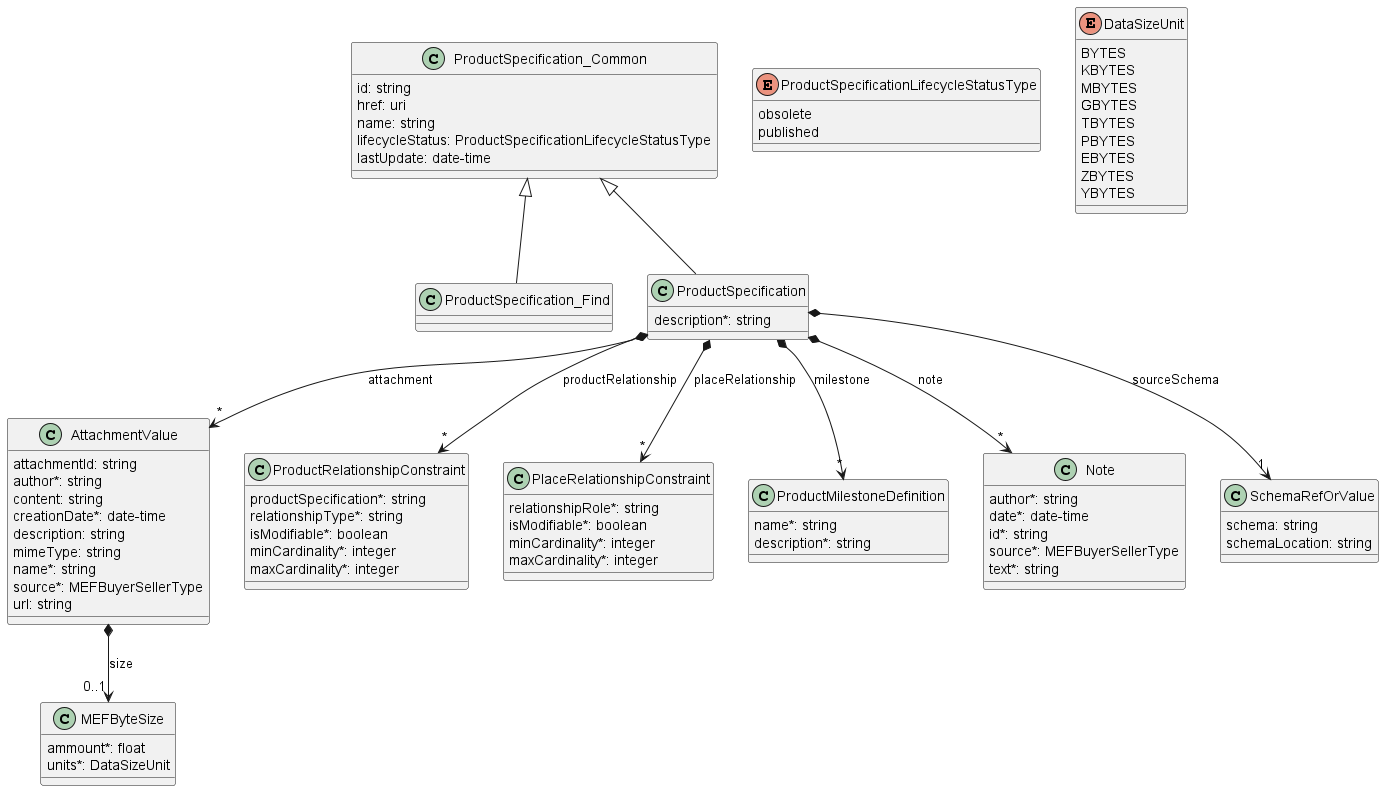
MEF-GIT/MEF-LSO-Sonata-SDK keeps this PlantUML diagram as documentation/productApi/catalog/media/specificationModel.png. Above is the earlier version.
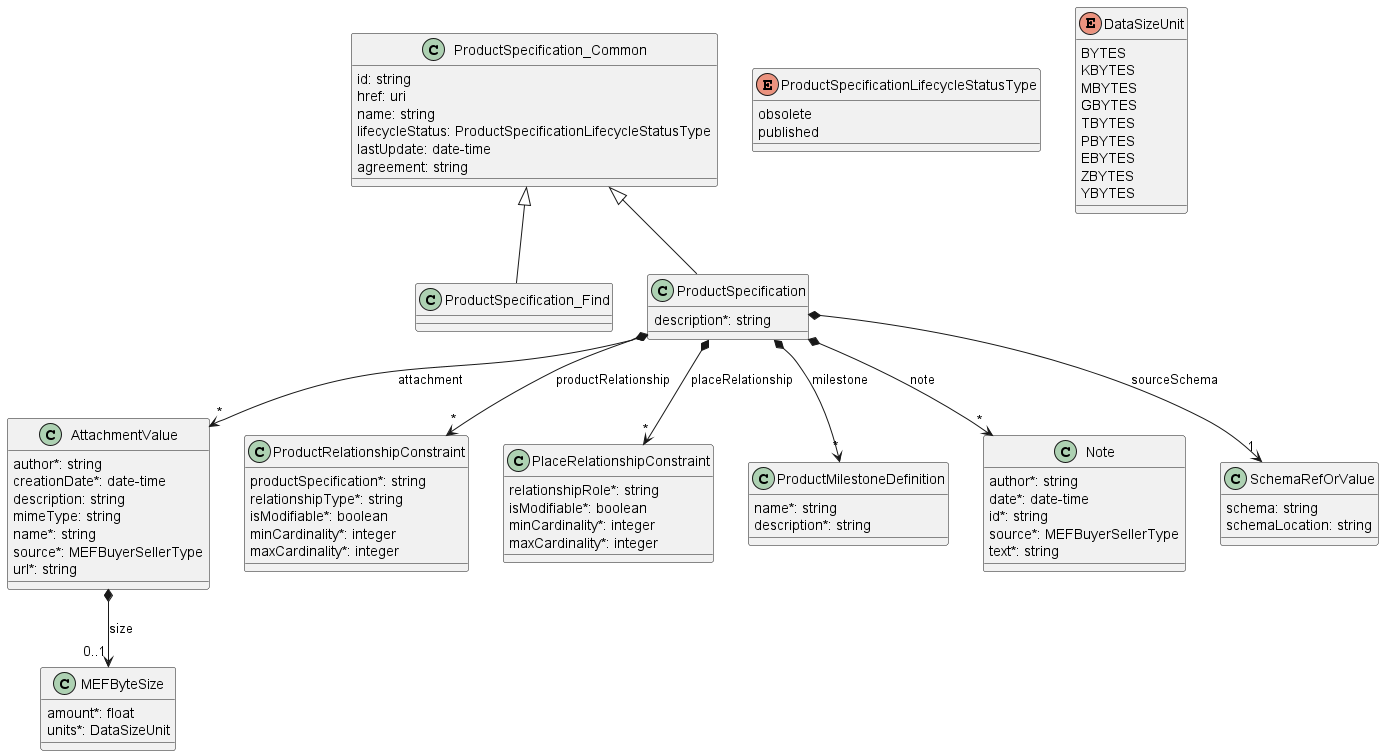
The same file after the commit.

What changed in the source:
```diff
@@ -1,4 +1,5 @@
 @startuml
+
 
 class ProductSpecification_Common {
 
@@ -7,6 +8,7 @@
     name: string
     lifecycleStatus: ProductSpecificationLifecycleStatusType
     lastUpdate: date-time
+    agreement: string
 }
 
 
@@ -32,19 +34,17 @@
 
 class AttachmentValue {
 
-    attachmentId: string
     author*: string
-    content: string
     creationDate*: date-time
     description: string
     mimeType: string
     name*: string
     source*: MEFBuyerSellerType
-    url: string
+    url*: string
 }
 
 class MEFByteSize {
-   ammount*: float
+   amount*: float
    units*: DataSizeUnit
 }
 
```
